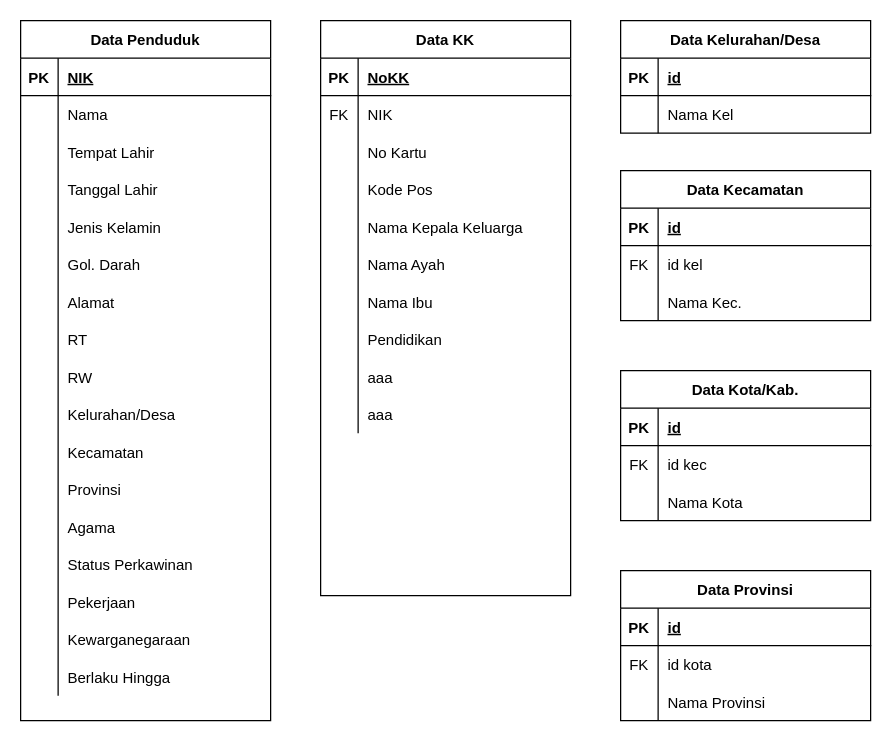
elzackq/Praxis-Academy keeps this draw.io diagram as page "Tabel" (1 of 3) of novice/Sistem Kependudukan/Sistem Kependudukan.drawio. Above is the earlier version. Source tidied: cells renumbered, new cells numbered last; positions are measured from the earlier drawing's top-left corner, leaving out a move shared by most shapes. Both pictures are drawn from the tidied source at 125%, with x=0, y=0 at pixel (20, 20).
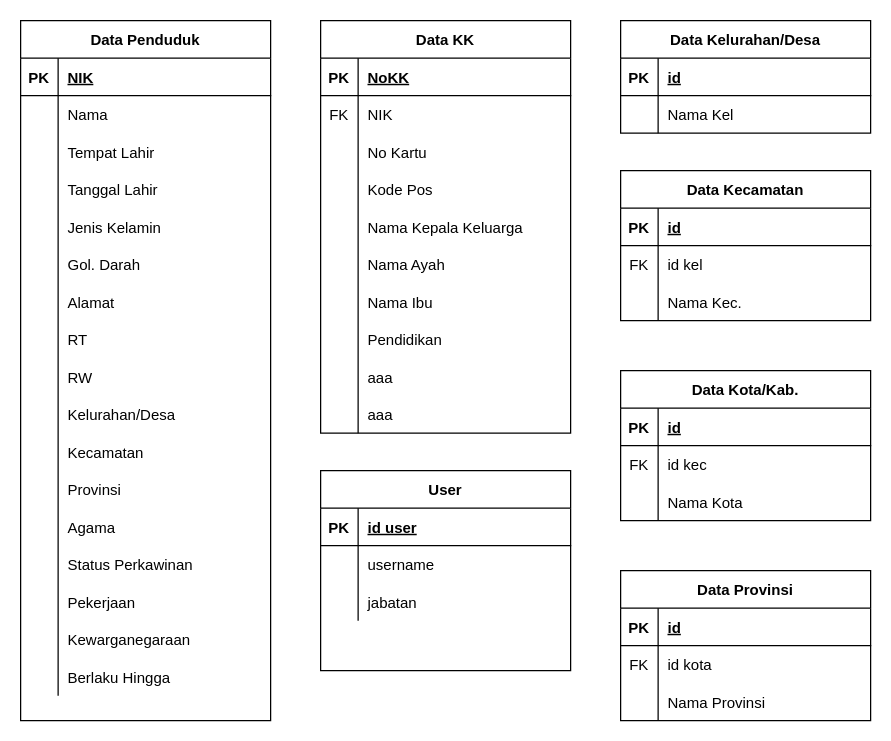
The same diagram, later.

What changed in the source:
```diff
@@
     <mxCell id="54" value="Data KK" style="shape=table;startSize=30;childLayout=tableLayout;rowLines=0;fontStyle=1;align=center;" parent="1" vertex="1">
-      <mxGeometry x="240" width="200" height="460" as="geometry" />
+      <mxGeometry x="240" width="200" height="330" as="geometry" />
     </mxCell>
@@
+    <mxCell id="122" value="User" style="shape=table;startSize=30;childLayout=tableLayout;rowLines=0;fontStyle=1;align=center;" parent="1" vertex="1">
+      <mxGeometry x="240" y="360" width="200" height="160" as="geometry" />
+    </mxCell>
+    <mxCell id="123" style="shape=partialRectangle;fillColor=none;top=0;left=0;bottom=1;right=0;" parent="122" vertex="1">
+      <mxGeometry y="30" width="200" height="30" as="geometry" />
+    </mxCell>
+    <mxCell id="124" value="PK" style="shape=partialRectangle;fillColor=none;top=0;left=0;bottom=0;right=0;fontStyle=1;overflow=hidden;" parent="123" vertex="1">
+      <mxGeometry width="30" height="30" as="geometry" />
+    </mxCell>
+    <mxCell id="125" value="id user" style="shape=partialRectangle;fillColor=none;top=0;left=0;bottom=0;right=0;align=left;spacingLeft=6;fontStyle=5;overflow=hidden;" parent="123" vertex="1">
+      <mxGeometry x="30" width="170" height="30" as="geometry" />
+    </mxCell>
+    <mxCell id="126" style="shape=partialRectangle;fillColor=none;top=0;left=0;bottom=0;right=0;" parent="122" vertex="1">
+      <mxGeometry y="60" width="200" height="30" as="geometry" />
+    </mxCell>
+    <mxCell id="127" style="shape=partialRectangle;fillColor=none;top=0;left=0;bottom=0;right=0;overflow=hidden;" parent="126" vertex="1">
+      <mxGeometry width="30" height="30" as="geometry" />
+    </mxCell>
+    <mxCell id="128" value="username" style="shape=partialRectangle;fillColor=none;top=0;left=0;bottom=0;right=0;align=left;spacingLeft=6;overflow=hidden;" parent="126" vertex="1">
+      <mxGeometry x="30" width="170" height="30" as="geometry" />
+    </mxCell>
+    <mxCell id="129" style="shape=partialRectangle;fillColor=none;top=0;left=0;bottom=0;right=0;" parent="122" vertex="1">
+      <mxGeometry y="90" width="200" height="30" as="geometry" />
+    </mxCell>
+    <mxCell id="130" style="shape=partialRectangle;fillColor=none;top=0;left=0;bottom=0;right=0;overflow=hidden;" parent="129" vertex="1">
+      <mxGeometry width="30" height="30" as="geometry" />
+    </mxCell>
+    <mxCell id="131" value="jabatan" style="shape=partialRectangle;fillColor=none;top=0;left=0;bottom=0;right=0;align=left;spacingLeft=6;overflow=hidden;" parent="129" vertex="1">
+      <mxGeometry x="30" width="170" height="30" as="geometry" />
+    </mxCell>
```
